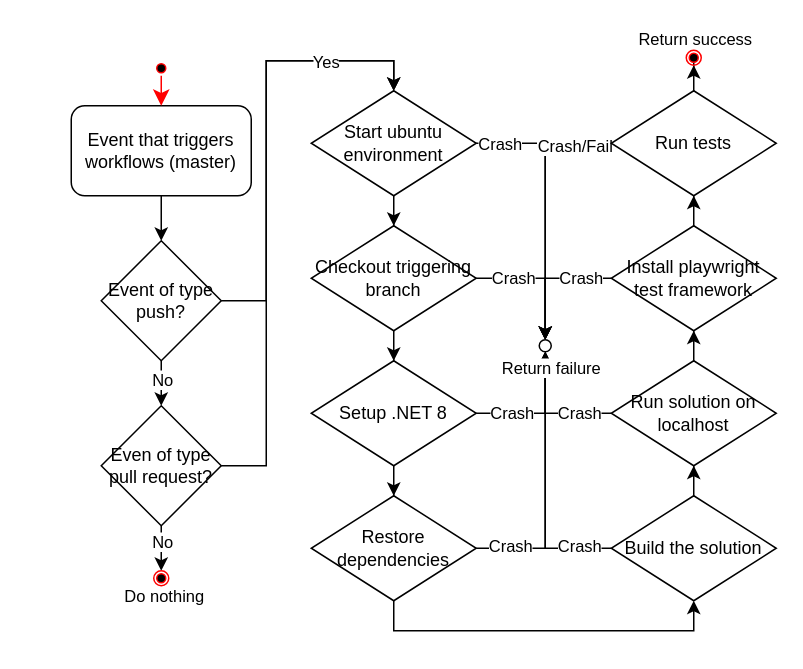
Earlier version of the draw.io diagram docs/diagrams/Build-and-test.drawio (ITU-BDSA2024-GROUP5/Chirp). Source tidied: cells renumbered, new cells numbered last; positions are measured from the earlier drawing's top-left corner, leaving out a move shared by most shapes. Both pictures are drawn from the tidied source at 150%, with x=0, y=0 at pixel (70, 50).
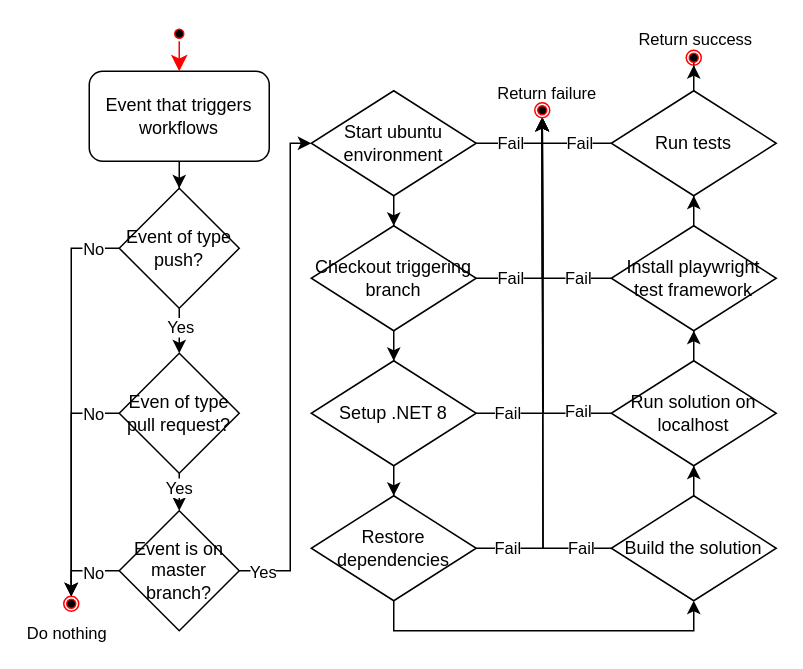
The same diagram, later.

Commit message (it also covers changes not shown here):
add diagrams for workflows

Unchanged cells that the change refers to:
```xml
<mxCell id="4" style="edgeStyle=orthogonalEdgeStyle;rounded=0;jettySize=auto;html=1;entryX=0.5;entryY=0;entryDx=0;entryDy=0;" parent="1" edge="1" source="7" target="13">
  <mxGeometry relative="1" as="geometry" />
</mxCell>
<mxCell id="17" value="Start ubuntu environment" style="rhombus;whiteSpace=wrap;html=1;" parent="1" vertex="1">
  <mxGeometry x="160" y="27" width="110" height="70" as="geometry" />
</mxCell>
<mxCell id="21" value="Checkout triggering branch" style="rhombus;whiteSpace=wrap;html=1;" parent="1" vertex="1">
  <mxGeometry x="160" y="117" width="110" height="70" as="geometry" />
</mxCell>
<mxCell id="25" value="Setup .NET 8" style="rhombus;whiteSpace=wrap;html=1;" parent="1" vertex="1">
  <mxGeometry x="160" y="207" width="110" height="70" as="geometry" />
</mxCell>
<mxCell id="29" value="Run solution on localhost" style="rhombus;whiteSpace=wrap;html=1;" parent="1" vertex="1">
  <mxGeometry x="360" y="207" width="110" height="70" as="geometry" />
</mxCell>
<mxCell id="33" value="Build the solution" style="rhombus;whiteSpace=wrap;html=1;" parent="1" vertex="1">
  <mxGeometry x="360" y="297" width="110" height="70" as="geometry" />
</mxCell>
<mxCell id="37" value="Restore dependencies" style="rhombus;whiteSpace=wrap;html=1;" parent="1" vertex="1">
  <mxGeometry x="160" y="297" width="110" height="70" as="geometry" />
</mxCell>
<mxCell id="41" value="Install playwright test framework" style="rhombus;whiteSpace=wrap;html=1;" parent="1" vertex="1">
  <mxGeometry x="360" y="117" width="110" height="70" as="geometry" />
</mxCell>
<mxCell id="47" value="Run tests" style="rhombus;whiteSpace=wrap;html=1;" parent="1" vertex="1">
  <mxGeometry x="360" y="27" width="110" height="70" as="geometry" />
</mxCell>
```

What changed in the source:
```diff
@@
+    <mxCell id="53" style="ellipse;html=1;shape=endState;fillColor=#000000;strokeColor=#ff0000;" parent="1" vertex="1">
+      <mxGeometry x="-5" y="364" width="10" height="10" as="geometry" />
+    </mxCell>
@@
-    <mxCell id="3" value="&lt;font&gt;Event that triggers workflows (master)&lt;/font&gt;" style="rounded=1;whiteSpace=wrap;html=1;" parent="1" vertex="1">
-      <mxGeometry y="37" width="120" height="60" as="geometry" />
+    <mxCell id="3" value="&lt;font&gt;Event that triggers workflows&lt;/font&gt;" style="rounded=1;whiteSpace=wrap;html=1;" parent="1" vertex="1">
+      <mxGeometry x="12" y="14" width="120" height="60" as="geometry" />
     </mxCell>
@@
-    <mxCell id="5" value="No" style="edgeLabel;html=1;align=center;verticalAlign=middle;" parent="4" vertex="1">
+    <mxCell id="5" value="Yes" style="edgeLabel;html=1;align=center;verticalAlign=middle;" parent="4" vertex="1">
       <mxGeometry x="0.48" y="-1" relative="1" as="geometry">
         <mxPoint x="1" y="-5" as="offset" />
       </mxGeometry>
     </mxCell>
-    <mxCell id="6" style="edgeStyle=orthogonalEdgeStyle;rounded=0;jettySize=auto;html=1;exitX=1;exitY=0.5;exitDx=0;exitDy=0;entryX=0.5;entryY=0;entryDx=0;entryDy=0;" parent="1" edge="1" source="7" target="17">
-      <mxGeometry relative="1" as="geometry" />
-    </mxCell>
+    <mxCell id="54" style="edgeStyle=orthogonalEdgeStyle;rounded=0;jettySize=auto;html=1;exitX=0;exitY=0.5;exitDx=0;exitDy=0;entryX=0.5;entryY=0;entryDx=0;entryDy=0;" parent="1" edge="1" source="7" target="53">
+      <mxGeometry relative="1" as="geometry" />
+    </mxCell>
+    <mxCell id="55" value="No" style="edgeLabel;html=1;align=center;verticalAlign=middle;" parent="54" vertex="1">
+      <mxGeometry x="-0.84" y="-1" relative="1" as="geometry">
+        <mxPoint x="3" y="1" as="offset" />
+      </mxGeometry>
+    </mxCell>
     <mxCell id="7" value="Event of type push?" style="rhombus;whiteSpace=wrap;html=1;" parent="1" vertex="1">
-      <mxGeometry x="20" y="127" width="80" height="80" as="geometry" />
+      <mxGeometry x="32" y="92" width="80" height="80" as="geometry" />
     </mxCell>
-    <mxCell id="8" style="edgeStyle=orthogonalEdgeStyle;rounded=0;jettySize=auto;html=1;" parent="1" edge="1" source="13">
-      <mxGeometry relative="1" as="geometry">
-        <mxPoint x="60" y="347" as="targetPoint" />
-      </mxGeometry>
-    </mxCell>
-    <mxCell id="9" value="Do nothing" style="edgeLabel;html=1;align=center;verticalAlign=middle;" parent="8" vertex="1">
-      <mxGeometry x="-0.19" y="1" relative="1" as="geometry">
-        <mxPoint y="34" as="offset" />
-      </mxGeometry>
-    </mxCell>
-    <mxCell id="10" value="No" style="edgeLabel;html=1;align=center;verticalAlign=middle;" parent="8" vertex="1">
-      <mxGeometry x="-0.26" y="-1" relative="1" as="geometry">
-        <mxPoint x="1" y="-1" as="offset" />
-      </mxGeometry>
-    </mxCell>
-    <mxCell id="11" style="edgeStyle=orthogonalEdgeStyle;rounded=0;jettySize=auto;html=1;entryX=0.5;entryY=0;entryDx=0;entryDy=0;" parent="1" edge="1" source="13" target="17">
-      <mxGeometry relative="1" as="geometry" />
-    </mxCell>
-    <mxCell id="12" value="Yes" style="edgeLabel;html=1;align=center;verticalAlign=middle;" parent="11" vertex="1">
-      <mxGeometry x="0.67" y="1" relative="1" as="geometry">
-        <mxPoint x="1" y="1" as="offset" />
-      </mxGeometry>
-    </mxCell>
+    <mxCell id="56" style="edgeStyle=orthogonalEdgeStyle;rounded=0;jettySize=auto;html=1;exitX=0.5;exitY=1;exitDx=0;exitDy=0;entryX=0.5;entryY=0;entryDx=0;entryDy=0;" parent="1" edge="1" source="13" target="72">
+      <mxGeometry relative="1" as="geometry" />
+    </mxCell>
+    <mxCell id="57" value="Yes" style="edgeLabel;html=1;align=center;verticalAlign=middle;" parent="56" vertex="1">
+      <mxGeometry x="-0.6" y="1" relative="1" as="geometry">
+        <mxPoint x="-2" y="4" as="offset" />
+      </mxGeometry>
+    </mxCell>
+    <mxCell id="58" style="edgeStyle=orthogonalEdgeStyle;rounded=0;jettySize=auto;html=1;entryX=0.5;entryY=0;entryDx=0;entryDy=0;" parent="1" edge="1" source="13" target="53">
+      <mxGeometry relative="1" as="geometry" />
+    </mxCell>
+    <mxCell id="59" value="No" style="edgeLabel;html=1;align=center;verticalAlign=middle;" parent="58" vertex="1">
+      <mxGeometry x="-0.76" relative="1" as="geometry" />
+    </mxCell>
     <mxCell id="13" value="Even of type pull request?" style="rhombus;whiteSpace=wrap;html=1;" parent="1" vertex="1">
-      <mxGeometry x="20" y="237" width="80" height="80" as="geometry" />
+      <mxGeometry x="32" y="202" width="80" height="80" as="geometry" />
     </mxCell>
@@
-    <mxCell id="15" style="edgeStyle=orthogonalEdgeStyle;rounded=0;jettySize=auto;html=1;exitX=1;exitY=0.5;exitDx=0;exitDy=0;" parent="1" edge="1" source="17" target="48">
-      <mxGeometry relative="1" as="geometry" />
-    </mxCell>
-    <mxCell id="16" value="Crash" style="edgeLabel;html=1;align=center;verticalAlign=middle;" parent="15" vertex="1">
-      <mxGeometry x="-0.79" y="-1" relative="1" as="geometry">
-        <mxPoint x="-4" y="-1" as="offset" />
-      </mxGeometry>
-    </mxCell>
+    <mxCell id="60" style="edgeStyle=orthogonalEdgeStyle;rounded=0;jettySize=auto;html=1;entryX=0.5;entryY=1;entryDx=0;entryDy=0;" parent="1" edge="1" source="17">
+      <mxGeometry relative="1" as="geometry">
+        <mxPoint x="314" y="45" as="targetPoint" />
+        <Array as="points">
+          <mxPoint x="314" y="62" />
+        </Array>
+      </mxGeometry>
+    </mxCell>
+    <mxCell id="61" value="Fail" style="edgeLabel;html=1;align=center;verticalAlign=middle;" parent="60" vertex="1">
+      <mxGeometry x="-0.32" y="-2" relative="1" as="geometry">
+        <mxPoint x="1" y="-3" as="offset" />
+      </mxGeometry>
+    </mxCell>
@@
-    <mxCell id="19" style="edgeStyle=orthogonalEdgeStyle;rounded=0;jettySize=auto;html=1;entryX=0.5;entryY=0;entryDx=0;entryDy=0;" parent="1" edge="1" source="21" target="48">
-      <mxGeometry relative="1" as="geometry" />
+    <mxCell id="19" style="edgeStyle=orthogonalEdgeStyle;rounded=0;jettySize=auto;html=1;entryX=0.5;entryY=1;entryDx=0;entryDy=0;" parent="1" edge="1" source="21">
+      <mxGeometry relative="1" as="geometry">
+        <mxPoint x="314" y="45" as="targetPoint" />
+      </mxGeometry>
     </mxCell>
-    <mxCell id="20" value="Crash" style="edgeLabel;html=1;align=center;verticalAlign=middle;" parent="19" vertex="1">
+    <mxCell id="20" value="Fail" style="edgeLabel;html=1;align=center;verticalAlign=middle;" parent="19" vertex="1">
       <mxGeometry x="-0.52" y="2" relative="1" as="geometry">
-        <mxPoint x="3" y="1" as="offset" />
+        <mxPoint x="-14" y="1" as="offset" />
       </mxGeometry>
     </mxCell>
@@
-    <mxCell id="23" style="edgeStyle=orthogonalEdgeStyle;rounded=0;jettySize=auto;html=1;entryX=0.5;entryY=1;entryDx=0;entryDy=0;" parent="1" edge="1" source="25" target="48">
-      <mxGeometry relative="1" as="geometry" />
+    <mxCell id="23" style="edgeStyle=orthogonalEdgeStyle;rounded=0;jettySize=auto;html=1;entryX=0.5;entryY=1;entryDx=0;entryDy=0;" parent="1" edge="1" source="25">
+      <mxGeometry relative="1" as="geometry">
+        <mxPoint x="314" y="45" as="targetPoint" />
+      </mxGeometry>
     </mxCell>
-    <mxCell id="24" value="Crash" style="edgeLabel;html=1;align=center;verticalAlign=middle;" parent="23" vertex="1">
-      <mxGeometry x="-0.81" y="1" relative="1" as="geometry">
-        <mxPoint x="15" as="offset" />
-      </mxGeometry>
-    </mxCell>
@@
-    <mxCell id="27" style="edgeStyle=orthogonalEdgeStyle;rounded=0;jettySize=auto;html=1;entryX=0.5;entryY=1;entryDx=0;entryDy=0;" parent="1" edge="1" source="29" target="48">
-      <mxGeometry relative="1" as="geometry" />
+    <mxCell id="27" style="edgeStyle=orthogonalEdgeStyle;rounded=0;jettySize=auto;html=1;entryX=0.5;entryY=1;entryDx=0;entryDy=0;" parent="1" edge="1" source="29">
+      <mxGeometry relative="1" as="geometry">
+        <mxPoint x="314" y="45" as="targetPoint" />
+      </mxGeometry>
     </mxCell>
-    <mxCell id="28" value="Crash" style="edgeLabel;html=1;align=center;verticalAlign=middle;" parent="27" vertex="1">
+    <mxCell id="28" value="Fail" style="edgeLabel;html=1;align=center;verticalAlign=middle;" parent="27" vertex="1">
       <mxGeometry x="-0.63" relative="1" as="geometry">
-        <mxPoint x="-6" y="-1" as="offset" />
+        <mxPoint x="-25" y="-1" as="offset" />
       </mxGeometry>
     </mxCell>
+    <mxCell id="62" value="Fail" style="edgeLabel;html=1;align=center;verticalAlign=middle;" parent="27" vertex="1">
+      <mxGeometry x="-0.81" relative="1" as="geometry">
+        <mxPoint y="-2" as="offset" />
+      </mxGeometry>
+    </mxCell>
@@
-    <mxCell id="31" style="edgeStyle=orthogonalEdgeStyle;rounded=0;jettySize=auto;html=1;" parent="1" edge="1" source="33" target="48">
-      <mxGeometry relative="1" as="geometry" />
+    <mxCell id="31" style="edgeStyle=orthogonalEdgeStyle;rounded=0;jettySize=auto;html=1;" parent="1" edge="1" source="33">
+      <mxGeometry relative="1" as="geometry">
+        <mxPoint x="314" y="45" as="targetPoint" />
+      </mxGeometry>
     </mxCell>
-    <mxCell id="32" value="Crash" style="edgeLabel;html=1;align=center;verticalAlign=middle;" parent="31" vertex="1">
+    <mxCell id="32" value="Fail" style="edgeLabel;html=1;align=center;verticalAlign=middle;" parent="31" vertex="1">
       <mxGeometry x="-0.82" y="-2" relative="1" as="geometry">
-        <mxPoint x="-6" as="offset" />
+        <mxPoint x="9" y="1" as="offset" />
       </mxGeometry>
     </mxCell>
@@
-    <mxCell id="35" style="edgeStyle=orthogonalEdgeStyle;rounded=0;jettySize=auto;html=1;" parent="1" edge="1" source="37" target="48">
-      <mxGeometry relative="1" as="geometry" />
+    <mxCell id="35" style="edgeStyle=orthogonalEdgeStyle;rounded=0;jettySize=auto;html=1;" parent="1" edge="1" source="37">
+      <mxGeometry relative="1" as="geometry">
+        <mxPoint x="314" y="45" as="targetPoint" />
+      </mxGeometry>
     </mxCell>
-    <mxCell id="36" value="Crash" style="edgeLabel;html=1;align=center;verticalAlign=middle;" parent="35" vertex="1">
+    <mxCell id="36" value="Fail" style="edgeLabel;html=1;align=center;verticalAlign=middle;" parent="35" vertex="1">
       <mxGeometry x="-0.86" y="-2" relative="1" as="geometry">
-        <mxPoint x="10" y="-4" as="offset" />
+        <mxPoint x="-3" y="-3" as="offset" />
       </mxGeometry>
     </mxCell>
@@
-    <mxCell id="39" style="edgeStyle=orthogonalEdgeStyle;rounded=0;jettySize=auto;html=1;entryX=0.5;entryY=0;entryDx=0;entryDy=0;" parent="1" edge="1" source="41" target="48">
-      <mxGeometry relative="1" as="geometry" />
-    </mxCell>
-    <mxCell id="40" value="Crash" style="edgeLabel;html=1;align=center;verticalAlign=middle;" parent="39" vertex="1">
-      <mxGeometry x="-0.46" y="-2" relative="1" as="geometry">
-        <mxPoint x="2" y="1" as="offset" />
-      </mxGeometry>
-    </mxCell>
+    <mxCell id="63" style="edgeStyle=orthogonalEdgeStyle;rounded=0;jettySize=auto;html=1;exitX=0;exitY=0.5;exitDx=0;exitDy=0;entryX=0.5;entryY=1;entryDx=0;entryDy=0;" parent="1" edge="1" source="41" target="67">
+      <mxGeometry relative="1" as="geometry" />
+    </mxCell>
+    <mxCell id="64" value="Fail" style="edgeLabel;html=1;align=center;verticalAlign=middle;" parent="63" vertex="1">
+      <mxGeometry x="-0.7" y="-1" relative="1" as="geometry" />
+    </mxCell>
+    <mxCell id="44" value="Return failure" style="edgeLabel;html=1;align=center;verticalAlign=middle;" parent="63" vertex="1">
+      <mxGeometry x="0.47" y="1" relative="1" as="geometry">
+        <mxPoint x="3" y="-58" as="offset" />
+      </mxGeometry>
+    </mxCell>
@@
-    <mxCell id="42" style="edgeStyle=orthogonalEdgeStyle;rounded=0;jettySize=auto;html=1;exitX=0;exitY=0.5;exitDx=0;exitDy=0;entryX=0.5;entryY=0;entryDx=0;entryDy=0;" parent="1" edge="1" source="47" target="48">
-      <mxGeometry relative="1" as="geometry" />
-    </mxCell>
-    <mxCell id="43" value="Crash/Fail" style="edgeLabel;html=1;align=center;verticalAlign=middle;" parent="42" vertex="1">
-      <mxGeometry x="-0.71" y="1" relative="1" as="geometry" />
-    </mxCell>
-    <mxCell id="44" value="Return failure" style="edgeLabel;html=1;align=center;verticalAlign=middle;" parent="42" vertex="1">
-      <mxGeometry x="0.63" relative="1" as="geometry">
-        <mxPoint x="3" y="50" as="offset" />
-      </mxGeometry>
-    </mxCell>
@@
+    <mxCell id="65" style="edgeStyle=orthogonalEdgeStyle;rounded=0;jettySize=auto;html=1;exitX=0;exitY=0.5;exitDx=0;exitDy=0;entryX=0.5;entryY=1;entryDx=0;entryDy=0;" parent="1" edge="1" source="47" target="67">
+      <mxGeometry relative="1" as="geometry">
+        <Array as="points">
+          <mxPoint x="314" y="62" />
+        </Array>
+      </mxGeometry>
+    </mxCell>
+    <mxCell id="66" value="Fail" style="edgeLabel;html=1;align=center;verticalAlign=middle;" parent="65" vertex="1">
+      <mxGeometry x="-0.33" relative="1" as="geometry">
+        <mxPoint x="-1" y="-1" as="offset" />
+      </mxGeometry>
+    </mxCell>
@@
-    <mxCell id="48" style="ellipse;whiteSpace=wrap;html=1;" parent="1" vertex="1">
-      <mxGeometry x="312" y="193" width="8" height="8" as="geometry" />
-    </mxCell>
-    <mxCell id="49" style="ellipse;html=1;shape=endState;fillColor=#000000;strokeColor=#ff0000;" parent="1" vertex="1">
-      <mxGeometry x="55" y="347" width="10" height="10" as="geometry" />
-    </mxCell>
@@
     <mxCell id="51" style="ellipse;html=1;shape=startState;fillColor=#000000;strokeColor=#ff0000;" parent="1" vertex="1">
-      <mxGeometry x="55" y="7" width="10" height="10" as="geometry" />
+      <mxGeometry x="67" y="-16" width="10" height="10" as="geometry" />
     </mxCell>
     <mxCell id="52" style="edgeStyle=orthogonalEdgeStyle;html=1;verticalAlign=bottom;endArrow=classic;endSize=8;strokeColor=#ff0000;rounded=0;endFill=1;" parent="1" edge="1" source="51">
       <mxGeometry relative="1" as="geometry">
-        <mxPoint x="60" y="37" as="targetPoint" />
+        <mxPoint x="72" y="14" as="targetPoint" />
       </mxGeometry>
     </mxCell>
+    <mxCell id="67" style="ellipse;html=1;shape=endState;fillColor=#000000;strokeColor=#ff0000;" parent="1" vertex="1">
+      <mxGeometry x="309" y="35" width="10" height="10" as="geometry" />
+    </mxCell>
+    <mxCell id="68" style="edgeStyle=orthogonalEdgeStyle;rounded=0;jettySize=auto;html=1;exitX=0;exitY=0.5;exitDx=0;exitDy=0;entryX=0.5;entryY=0;entryDx=0;entryDy=0;" parent="1" edge="1" source="72" target="53">
+      <mxGeometry relative="1" as="geometry" />
+    </mxCell>
+    <mxCell id="9" value="Do nothing" style="edgeLabel;html=1;align=center;verticalAlign=middle;" parent="68" vertex="1">
+      <mxGeometry x="0.29" y="-4" relative="1" as="geometry">
+        <mxPoint y="41" as="offset" />
+      </mxGeometry>
+    </mxCell>
+    <mxCell id="69" value="No" style="edgeLabel;html=1;align=center;verticalAlign=middle;" parent="68" vertex="1">
+      <mxGeometry x="-0.28" y="1" relative="1" as="geometry" />
+    </mxCell>
+    <mxCell id="70" style="edgeStyle=orthogonalEdgeStyle;rounded=0;jettySize=auto;html=1;exitX=1;exitY=0.5;exitDx=0;exitDy=0;entryX=0;entryY=0.5;entryDx=0;entryDy=0;" parent="1" edge="1" source="72" target="17">
+      <mxGeometry relative="1" as="geometry">
+        <Array as="points">
+          <mxPoint x="146" y="347" />
+          <mxPoint x="146" y="62" />
+        </Array>
+      </mxGeometry>
+    </mxCell>
+    <mxCell id="71" value="Yes" style="edgeLabel;html=1;align=center;verticalAlign=middle;" parent="70" vertex="1">
+      <mxGeometry x="-0.91" y="-2" relative="1" as="geometry">
+        <mxPoint y="-2" as="offset" />
+      </mxGeometry>
+    </mxCell>
+    <mxCell id="72" value="Event is on master branch?" style="rhombus;whiteSpace=wrap;html=1;" parent="1" vertex="1">
+      <mxGeometry x="32" y="307" width="80" height="80" as="geometry" />
+    </mxCell>
```
